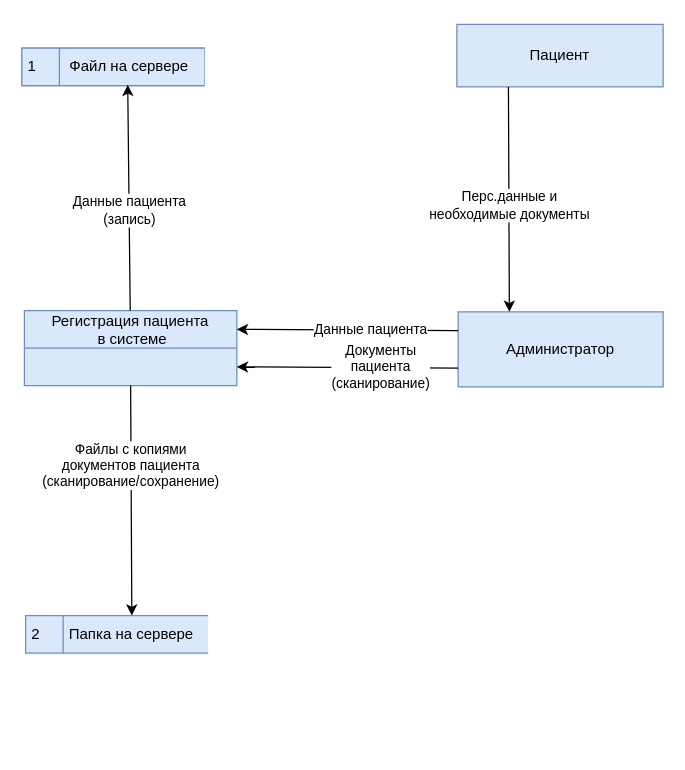
This is page "Регистрация пациента" (1 of 7) of Task1/Diagrams.drawio from vir37/architecture-medikamente, a draw.io file, before an edit. Source tidied: cells renumbered, new cells numbered last; positions are measured from the earlier drawing's top-left corner, leaving out a move shared by most shapes. Both pictures are drawn from the tidied source at 125%, with x=0, y=0 at pixel (21, 24).
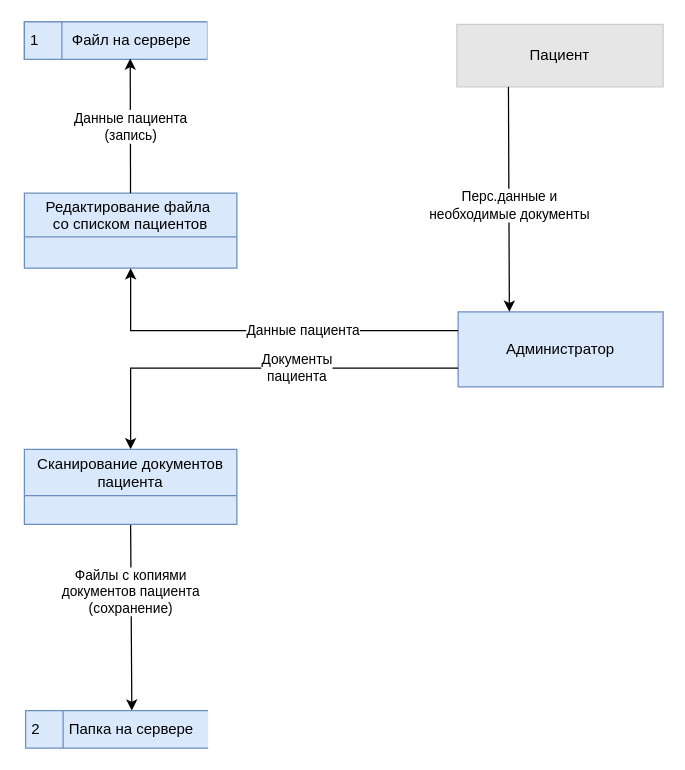
Above is the later version.

The change refers to these unchanged cells:
```xml
<mxCell id="2" value="Администратор" style="html=1;dashed=0;whiteSpace=wrap;fillColor=#dae8fc;strokeColor=#6c8ebf;" parent="1" vertex="1">
  <mxGeometry x="349" y="230" width="164" height="60" as="geometry" />
</mxCell>
```

Change to the diagram source:
```diff
@@
-    <mxCell id="3" value="Регистрация пациента&#10; в системе" style="swimlane;fontStyle=0;horizontal=1;startSize=30;fillColor=#dae8fc;swimlaneFillColor=#dae8fc;strokeColor=#6c8ebf;" parent="1" vertex="1">
-      <mxGeometry x="2" y="229" width="170" height="60" as="geometry" />
+    <mxCell id="3" value="Редактирование файла &#10;со списком пациентов" style="swimlane;fontStyle=0;horizontal=1;startSize=35;fillColor=#dae8fc;swimlaneFillColor=#dae8fc;strokeColor=#6c8ebf;" parent="1" vertex="1">
+      <mxGeometry x="2" y="135" width="170" height="60" as="geometry" />
     </mxCell>
-    <mxCell id="4" value="Пациент" style="html=1;dashed=0;whiteSpace=wrap;fillColor=#dae8fc;strokeColor=#6c8ebf;" parent="1" vertex="1">
+    <mxCell id="4" value="Пациент" style="html=1;dashed=0;whiteSpace=wrap;fillColor=#E6E6E6;strokeColor=#CCCCCC;" parent="1" vertex="1">
       <mxGeometry x="348" width="165" height="50" as="geometry" />
     </mxCell>
@@
-    <mxCell id="7" style="endArrow=classic;html=1;rounded=0;entryX=1;entryY=0.25;entryDx=0;entryDy=0;exitX=0;exitY=0.25;exitDx=0;exitDy=0;" parent="1" edge="1" source="2" target="3">
-      <mxGeometry relative="1" as="geometry" />
+    <mxCell id="7" style="endArrow=classic;html=1;rounded=0;exitX=0;exitY=0.25;exitDx=0;exitDy=0;entryX=0.5;entryY=1;entryDx=0;entryDy=0;" parent="1" edge="1" source="2" target="3">
+      <mxGeometry relative="1" as="geometry">
+        <Array as="points">
+          <mxPoint x="87" y="245" />
+        </Array>
+      </mxGeometry>
     </mxCell>
@@
-    <mxCell id="9" style="endArrow=classic;html=1;rounded=0;exitX=0;exitY=0.75;exitDx=0;exitDy=0;entryX=1;entryY=0.75;entryDx=0;entryDy=0;" parent="1" edge="1" source="2" target="3">
-      <mxGeometry relative="1" as="geometry" />
+    <mxCell id="9" style="endArrow=classic;html=1;rounded=0;exitX=0;exitY=0.75;exitDx=0;exitDy=0;entryX=0.5;entryY=0;entryDx=0;entryDy=0;" parent="1" edge="1" source="2" target="23">
+      <mxGeometry relative="1" as="geometry">
+        <Array as="points">
+          <mxPoint x="87" y="275" />
+        </Array>
+      </mxGeometry>
     </mxCell>
-    <mxCell id="10" value="Документы&lt;br&gt;пациента&lt;br&gt;(сканирование)" style="edgeLabel;html=1;align=center;verticalAlign=middle;" parent="9" vertex="1">
+    <mxCell id="10" value="Документы&lt;br&gt;пациента" style="edgeLabel;html=1;align=center;verticalAlign=middle;" parent="9" vertex="1">
       <mxGeometry x="-0.1" y="-1" relative="1" as="geometry">
         <mxPoint x="17" as="offset" />
       </mxGeometry>
     </mxCell>
     <mxCell id="11" style="group;fillColor=#dae8fc;strokeColor=#6c8ebf;" parent="1" vertex="1">
-      <mxGeometry y="19" width="146" height="30" as="geometry" />
+      <mxGeometry x="2" y="-2" width="146" height="30" as="geometry" />
     </mxCell>
+    <mxCell id="21" style="group;" parent="11" vertex="1">
+      <mxGeometry width="146" height="30" as="geometry" />
+    </mxCell>
-    <mxCell id="12" value="1" style="html=1;dashed=0;whiteSpace=wrap;shape=mxgraph.dfd.dataStoreID;align=left;spacingLeft=3;points=[[0,0],[0.5,0],[1,0],[0,0.5],[1,0.5],[0,1],[0.5,1],[1,1]];fillColor=#dae8fc;strokeColor=#6c8ebf;" parent="11" vertex="1">
+    <mxCell id="12" value="1" style="html=1;dashed=0;whiteSpace=wrap;shape=mxgraph.dfd.dataStoreID;align=left;spacingLeft=3;points=[[0,0],[0.5,0],[1,0],[0,0.5],[1,0.5],[0,1],[0.5,1],[1,1]];fillColor=#dae8fc;strokeColor=#6c8ebf;" parent="21" vertex="1">
       <mxGeometry width="146" height="30" as="geometry" />
     </mxCell>
-    <mxCell id="13" value="Файл на сервере" style="text;html=1;strokeColor=none;fillColor=none;align=center;verticalAlign=middle;whiteSpace=wrap;overflow=hidden;" parent="11" vertex="1">
+    <mxCell id="13" value="Файл на сервере" style="text;html=1;strokeColor=none;fillColor=none;align=center;verticalAlign=middle;whiteSpace=wrap;overflow=hidden;" parent="21" vertex="1">
       <mxGeometry x="36" y="5" width="100" height="20" as="geometry" />
     </mxCell>
     <mxCell id="14" style="group;" parent="1" vertex="1">
-      <mxGeometry x="3" y="473" width="146" height="30" as="geometry" />
+      <mxGeometry x="3" y="549" width="146" height="30" as="geometry" />
     </mxCell>
+    <mxCell id="22" style="group;" parent="14" vertex="1">
+      <mxGeometry width="146" height="30" as="geometry" />
+    </mxCell>
-    <mxCell id="15" value="2" style="html=1;dashed=0;whiteSpace=wrap;shape=mxgraph.dfd.dataStoreID;align=left;spacingLeft=3;points=[[0,0],[0.5,0],[1,0],[0,0.5],[1,0.5],[0,1],[0.5,1],[1,1]];fillColor=#dae8fc;strokeColor=#6c8ebf;" parent="14" vertex="1">
+    <mxCell id="15" value="2" style="html=1;dashed=0;whiteSpace=wrap;shape=mxgraph.dfd.dataStoreID;align=left;spacingLeft=3;points=[[0,0],[0.5,0],[1,0],[0,0.5],[1,0.5],[0,1],[0.5,1],[1,1]];fillColor=#dae8fc;strokeColor=#6c8ebf;" parent="22" vertex="1">
       <mxGeometry width="146" height="30" as="geometry" />
     </mxCell>
-    <mxCell id="16" value="Папка на сервере" style="text;html=1;strokeColor=none;fillColor=none;align=left;verticalAlign=middle;whiteSpace=wrap;overflow=hidden;" parent="14" vertex="1">
+    <mxCell id="16" value="Папка на сервере" style="text;html=1;strokeColor=none;fillColor=none;align=left;verticalAlign=middle;whiteSpace=wrap;overflow=hidden;" parent="22" vertex="1">
       <mxGeometry x="33" y="5" width="113" height="20" as="geometry" />
     </mxCell>
-    <mxCell id="17" style="endArrow=classic;html=1;rounded=0;exitX=0.5;exitY=1;exitDx=0;exitDy=0;entryX=0.582;entryY=0;entryDx=0;entryDy=0;entryPerimeter=0;" parent="1" edge="1" source="3" target="15">
+    <mxCell id="17" style="endArrow=classic;html=1;rounded=0;entryX=0.582;entryY=0;entryDx=0;entryDy=0;entryPerimeter=0;exitX=0.5;exitY=1;exitDx=0;exitDy=0;" parent="1" edge="1" source="23" target="15">
       <mxGeometry relative="1" as="geometry" />
     </mxCell>
-    <mxCell id="18" value="Файлы с копиями&lt;br&gt;документов пациента&lt;br&gt;(сканирование/сохранение)" style="edgeLabel;html=1;align=center;verticalAlign=middle;" parent="17" vertex="1">
+    <mxCell id="18" value="Файлы с копиями&lt;br&gt;документов пациента&lt;br&gt;(сохранение)" style="edgeLabel;html=1;align=center;verticalAlign=middle;" parent="17" vertex="1">
       <mxGeometry x="-0.44" y="-1" relative="1" as="geometry">
         <mxPoint y="11" as="offset" />
       </mxGeometry>
     </mxCell>
@@
+    <mxCell id="23" value="Сканирование документов&#10;пациента" style="swimlane;fontStyle=0;horizontal=1;startSize=37;fillColor=#dae8fc;swimlaneFillColor=#dae8fc;strokeColor=#6c8ebf;" parent="1" vertex="1">
+      <mxGeometry x="2" y="340" width="170" height="60" as="geometry" />
+    </mxCell>
```
